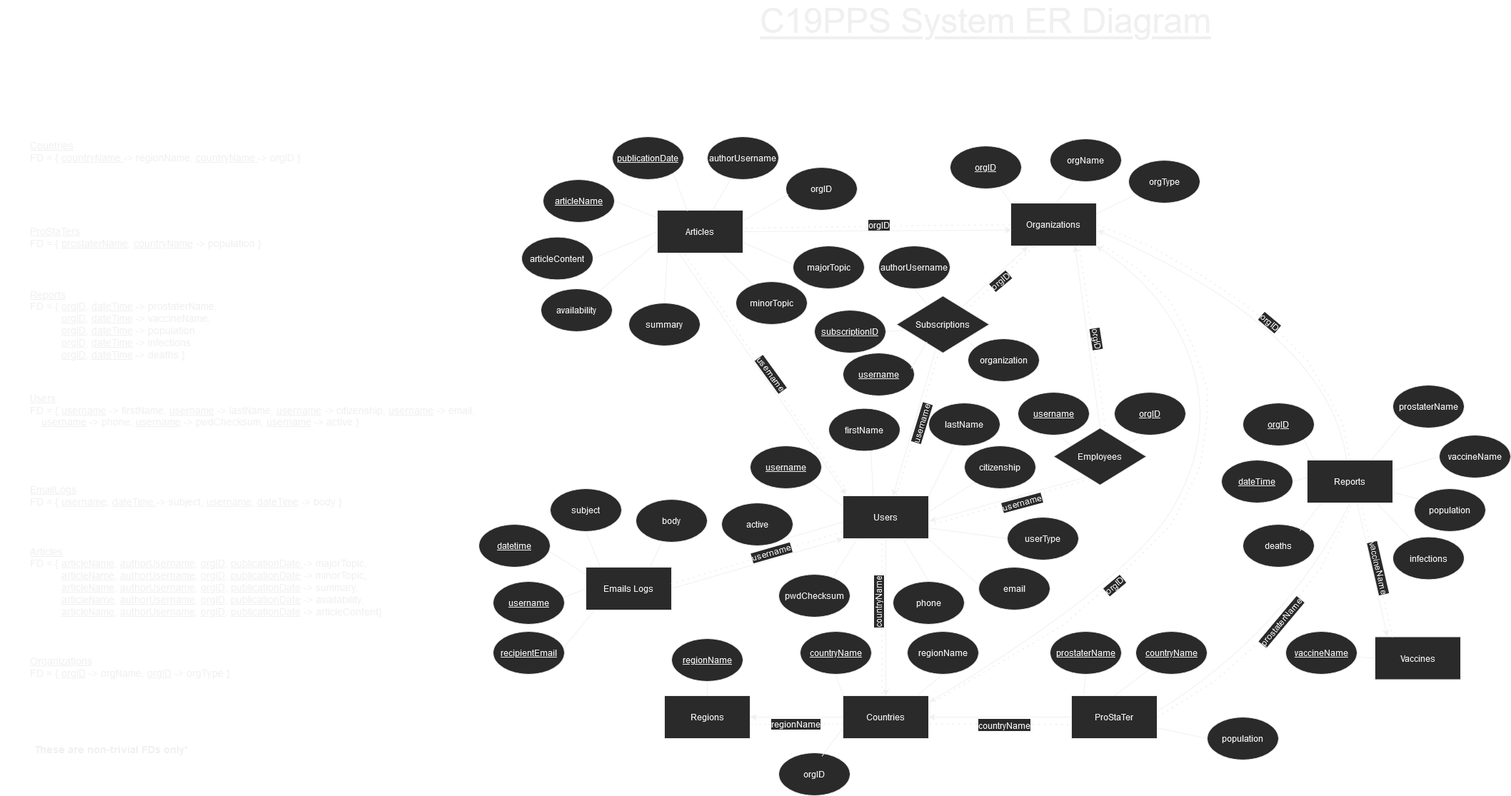
This is ER Diagram v2.5.png from aydinaf/COMP353-Project-C19PPS, a draw.io export, as it was before one commit. Source tidied: cells renumbered, new cells last; positions are measured from the earlier drawing's top-left corner, leaving out a move shared by most shapes.
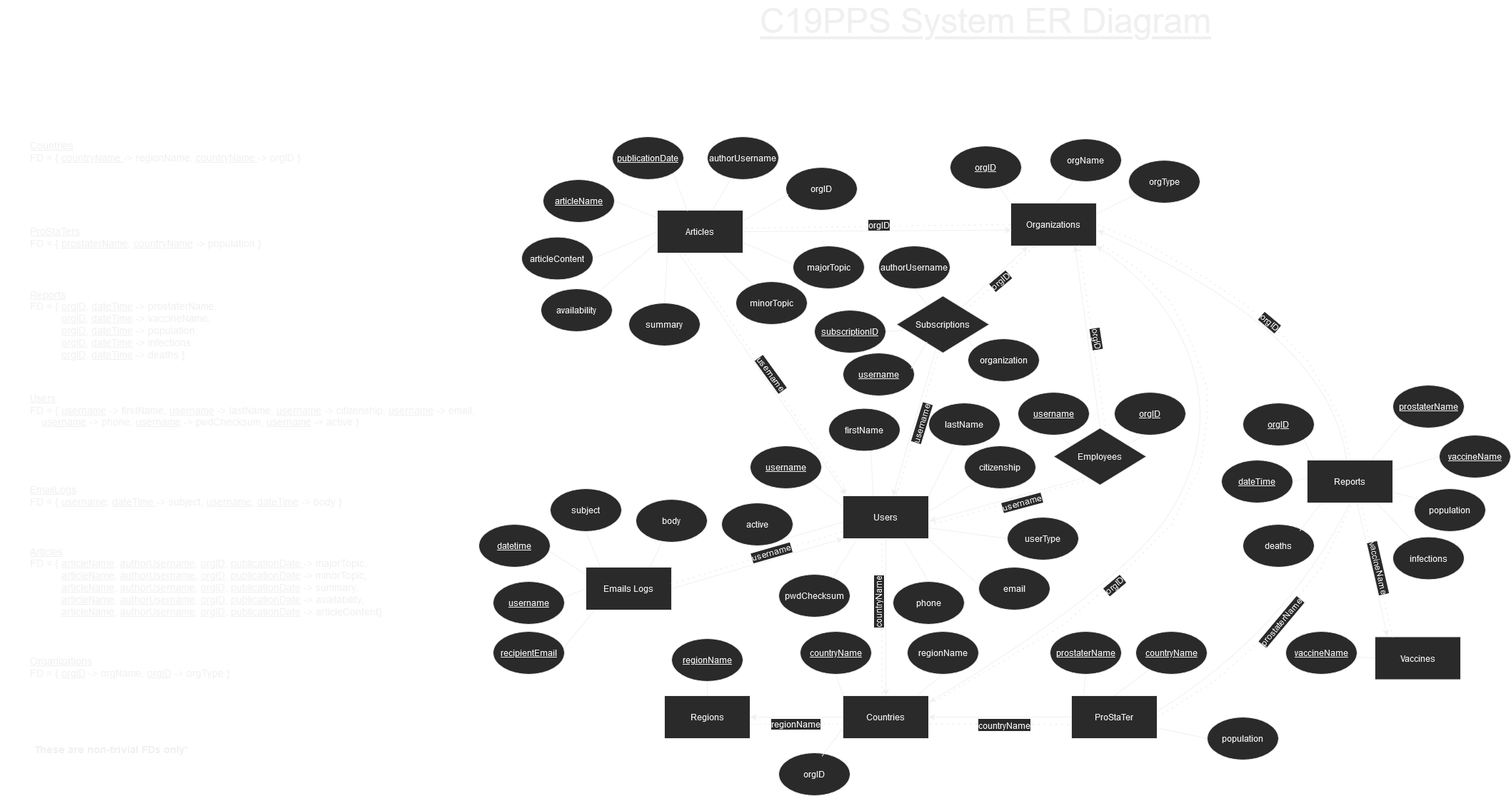
Later version of the same file.

Commit message:
Updated primary keys for reports

Change to the diagram source:
```diff
@@ -244,10 +244,10 @@
     <mxCell id="77" value="&lt;u&gt;orgID&lt;/u&gt;" style="ellipse;whiteSpace=wrap;html=1;" parent="1" vertex="1">
       <mxGeometry x="1740" y="550" width="100" height="60" as="geometry" />
     </mxCell>
-    <mxCell id="78" value="prostaterName" style="ellipse;whiteSpace=wrap;html=1;" parent="1" vertex="1">
+    <mxCell id="78" value="prostaterName" style="ellipse;whiteSpace=wrap;html=1;fontStyle=4;" parent="1" vertex="1">
       <mxGeometry x="1950" y="525" width="100" height="60" as="geometry" />
     </mxCell>
-    <mxCell id="79" value="vaccineName" style="ellipse;whiteSpace=wrap;html=1;" parent="1" vertex="1">
+    <mxCell id="79" value="vaccineName" style="ellipse;whiteSpace=wrap;html=1;fontStyle=4;" parent="1" vertex="1">
       <mxGeometry x="2015" y="595" width="100" height="60" as="geometry" />
     </mxCell>
     <mxCell id="80" value="population" style="ellipse;whiteSpace=wrap;html=1;" parent="1" vertex="1">
```
